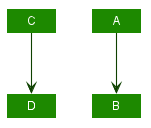
se-edu/addressbook-level4 keeps this PlantUML diagram as docs/images/plantuml/CBeforeA.png. Above is the earlier version.
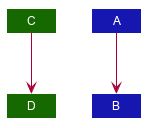
After the commit.

The edit, as a diff of the source:
```diff
@@ -44,17 +44,12 @@
 hide footbox
 hide members
 hide circle
-skinparam arrowThickness 1.1
-skinparam arrowColor #0E4100
-skinparam classBackgroundColor #1D8900
 
-Class C
-Class A
-Class B
-Class D
+Class C #166800
+Class A #1616B0
+Class B #1616B0
+Class D #166800
 
 A --> B
 C --> D
-
-
 @enduml
```
